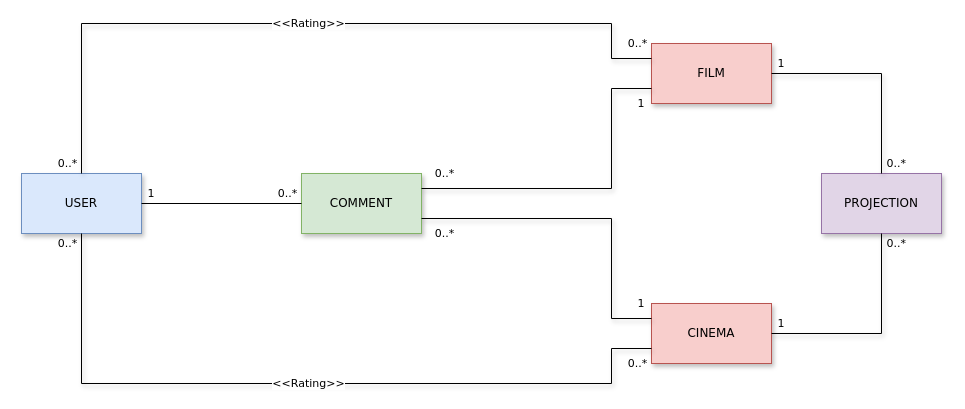
The draw.io diagram Task1/DB diagram.drawio in unipi-fr/LargeScaleMultiStructureDatabases, before the edit. Source tidied: cells renumbered, new cells numbered last; positions are measured from the earlier drawing's top-left corner, leaving out a move shared by most shapes. Both pictures are drawn from the tidied source at 100%, with x=0, y=0 at pixel (21, 23).
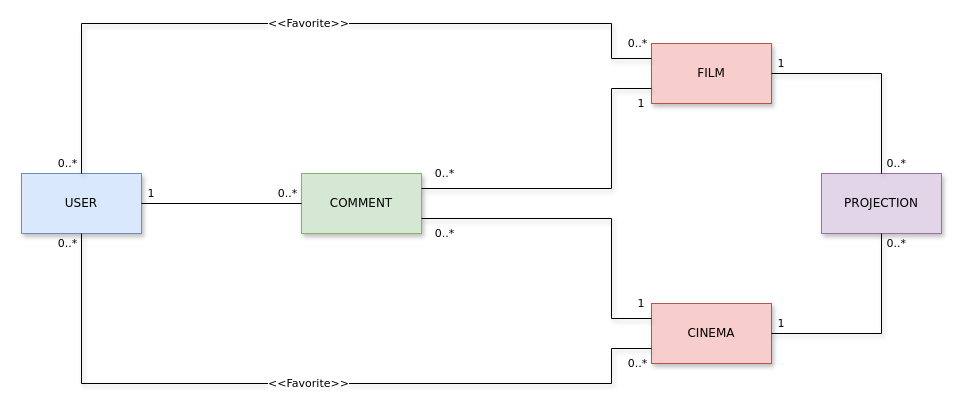
Above is the later version.

Unchanged cells that the change refers to:
```xml
<mxCell id="3" value="FILM" style="rounded=0;whiteSpace=wrap;html=1;fontFamily=Verdana;shadow=1;fillColor=#f8cecc;strokeColor=#b85450;" parent="1" vertex="1">
  <mxGeometry x="630" y="20" width="120" height="60" as="geometry" />
</mxCell>
<mxCell id="4" value="CINEMA" style="rounded=0;whiteSpace=wrap;html=1;fontFamily=Verdana;shadow=1;fillColor=#f8cecc;strokeColor=#b85450;" parent="1" vertex="1">
  <mxGeometry x="630" y="280" width="120" height="60" as="geometry" />
</mxCell>
<mxCell id="13" value="0..*&amp;nbsp;&amp;nbsp;" style="text;html=1;strokeColor=none;fillColor=none;align=center;verticalAlign=middle;whiteSpace=wrap;rounded=0;shadow=1;fontFamily=Verdana;fontSize=11;" parent="1" vertex="1">
  <mxGeometry x="30" y="210" width="40" height="20" as="geometry" />
</mxCell>
<mxCell id="14" value="0..*&amp;nbsp;&amp;nbsp;" style="text;html=1;strokeColor=none;fillColor=none;align=center;verticalAlign=middle;whiteSpace=wrap;rounded=0;shadow=1;fontFamily=Verdana;fontSize=11;" parent="1" vertex="1">
  <mxGeometry x="30" y="130" width="40" height="20" as="geometry" />
</mxCell>
```

The edit, as a diff of the source:
```diff
@@
-    <mxCell id="6" value="&amp;lt;&amp;lt;Rating&amp;gt;&amp;gt;" style="endArrow=none;html=1;entryX=0.75;entryY=0;entryDx=0;entryDy=0;exitX=0;exitY=0.75;exitDx=0;exitDy=0;fontFamily=Verdana;shadow=1;rounded=0;" parent="1" edge="1" source="4" target="13">
+    <mxCell id="6" value="&amp;lt;&amp;lt;Favorite&amp;gt;&amp;gt;" style="endArrow=none;html=1;entryX=0.75;entryY=0;entryDx=0;entryDy=0;exitX=0;exitY=0.75;exitDx=0;exitDy=0;fontFamily=Verdana;shadow=1;rounded=0;" parent="1" edge="1" source="4" target="13">
       <mxGeometry relative="1" as="geometry">
         <Array as="points">
           <mxPoint x="590" y="325" />
           <mxPoint x="590" y="360" />
           <mxPoint x="60" y="360" />
         </Array>
       </mxGeometry>
     </mxCell>
@@
-    <mxCell id="9" value="&amp;lt;&amp;lt;Rating&amp;gt;&amp;gt;" style="endArrow=none;html=1;entryX=0.75;entryY=1;entryDx=0;entryDy=0;exitX=0;exitY=0.25;exitDx=0;exitDy=0;fontFamily=Verdana;shadow=1;rounded=0;" parent="1" edge="1" source="3" target="14">
+    <mxCell id="9" value="&amp;lt;&amp;lt;Favorite&amp;gt;&amp;gt;" style="endArrow=none;html=1;entryX=0.75;entryY=1;entryDx=0;entryDy=0;exitX=0;exitY=0.25;exitDx=0;exitDy=0;fontFamily=Verdana;shadow=1;rounded=0;" parent="1" edge="1" source="3" target="14">
       <mxGeometry relative="1" as="geometry">
         <Array as="points">
           <mxPoint x="590" y="35" />
           <mxPoint x="590" />
           <mxPoint x="60" />
         </Array>
       </mxGeometry>
     </mxCell>
```
